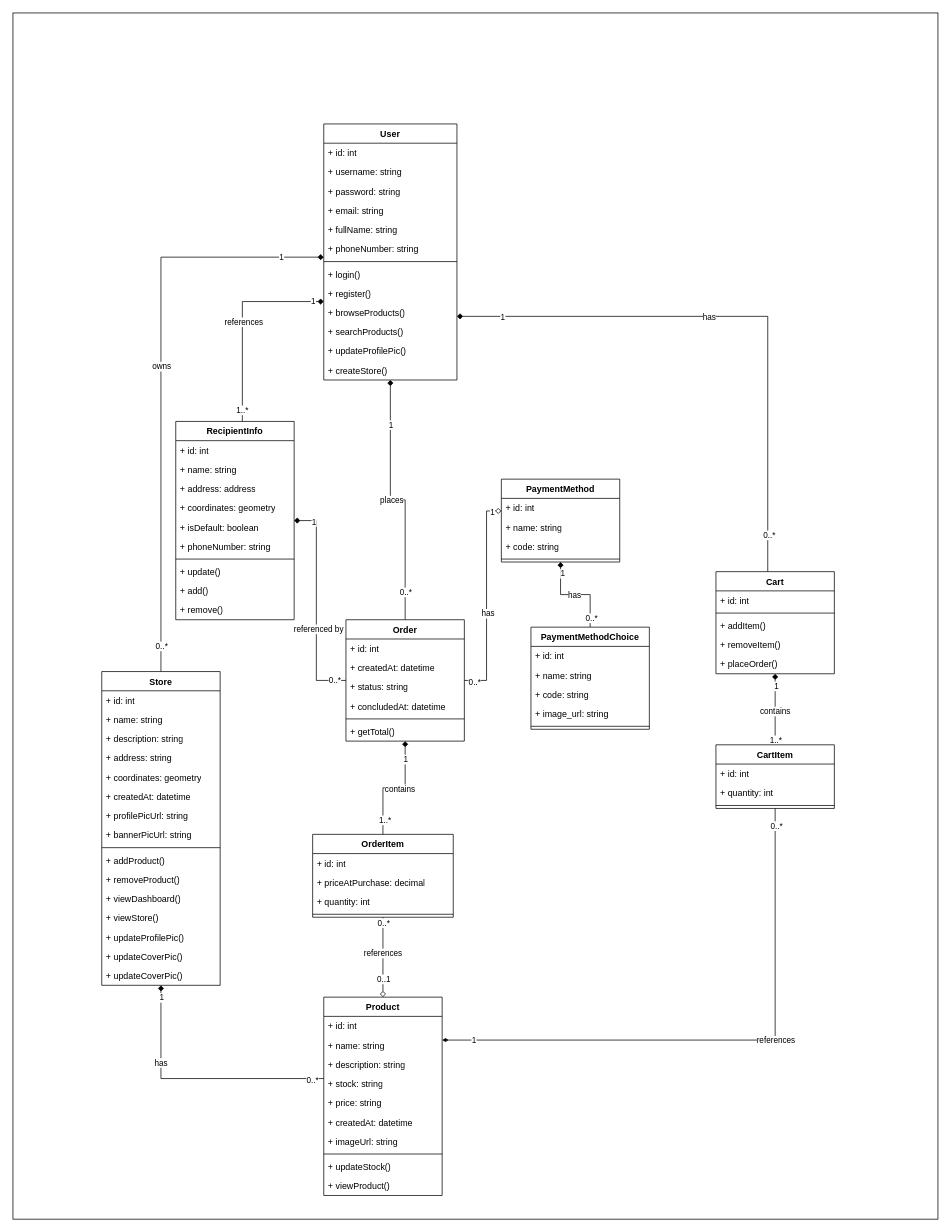
Before: page "Class Diagram (General INC)" (1 of 4) of diagrams/e-commerce-class-diagram.drawio in RHILIUS/E-Commerce-Docs, a draw.io diagram. Source tidied: cells renumbered, new cells numbered last; positions are measured from the earlier drawing's top-left corner, leaving out a move shared by most shapes. Both pictures are drawn from the tidied source at 74%, with x=0, y=0 at pixel (13, 13).
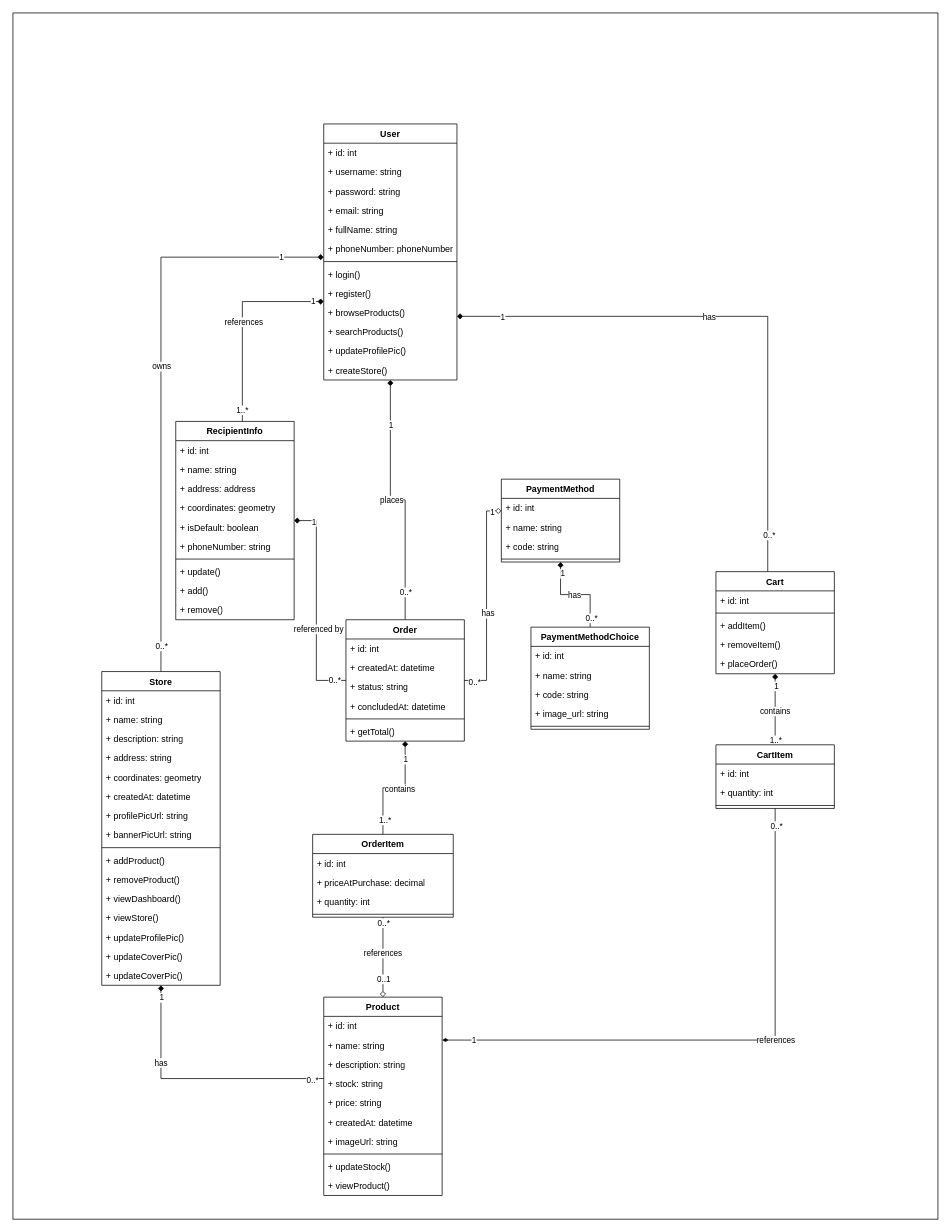
The same diagram, later.

The change refers to these unchanged cells:
```xml
<mxCell id="3" value="User" style="swimlane;fontStyle=1;align=center;verticalAlign=top;horizontal=1;startSize=26;whiteSpace=wrap;html=1;" parent="1" vertex="1">
  <mxGeometry x="420" y="150" width="180" height="346" as="geometry" />
</mxCell>
```

Change to the diagram source:
```diff
@@
-    <mxCell id="9" value="+ phoneNumber: string" style="text;strokeColor=none;fillColor=none;align=left;verticalAlign=top;spacingLeft=4;spacingRight=4;overflow=hidden;whiteSpace=wrap;html=1;" parent="3" vertex="1">
+    <mxCell id="9" value="+ phoneNumber: phoneNumber" style="text;strokeColor=none;fillColor=none;align=left;verticalAlign=top;spacingLeft=4;spacingRight=4;overflow=hidden;whiteSpace=wrap;html=1;" parent="3" vertex="1">
       <mxGeometry y="156" width="180" height="26" as="geometry" />
     </mxCell>
```
